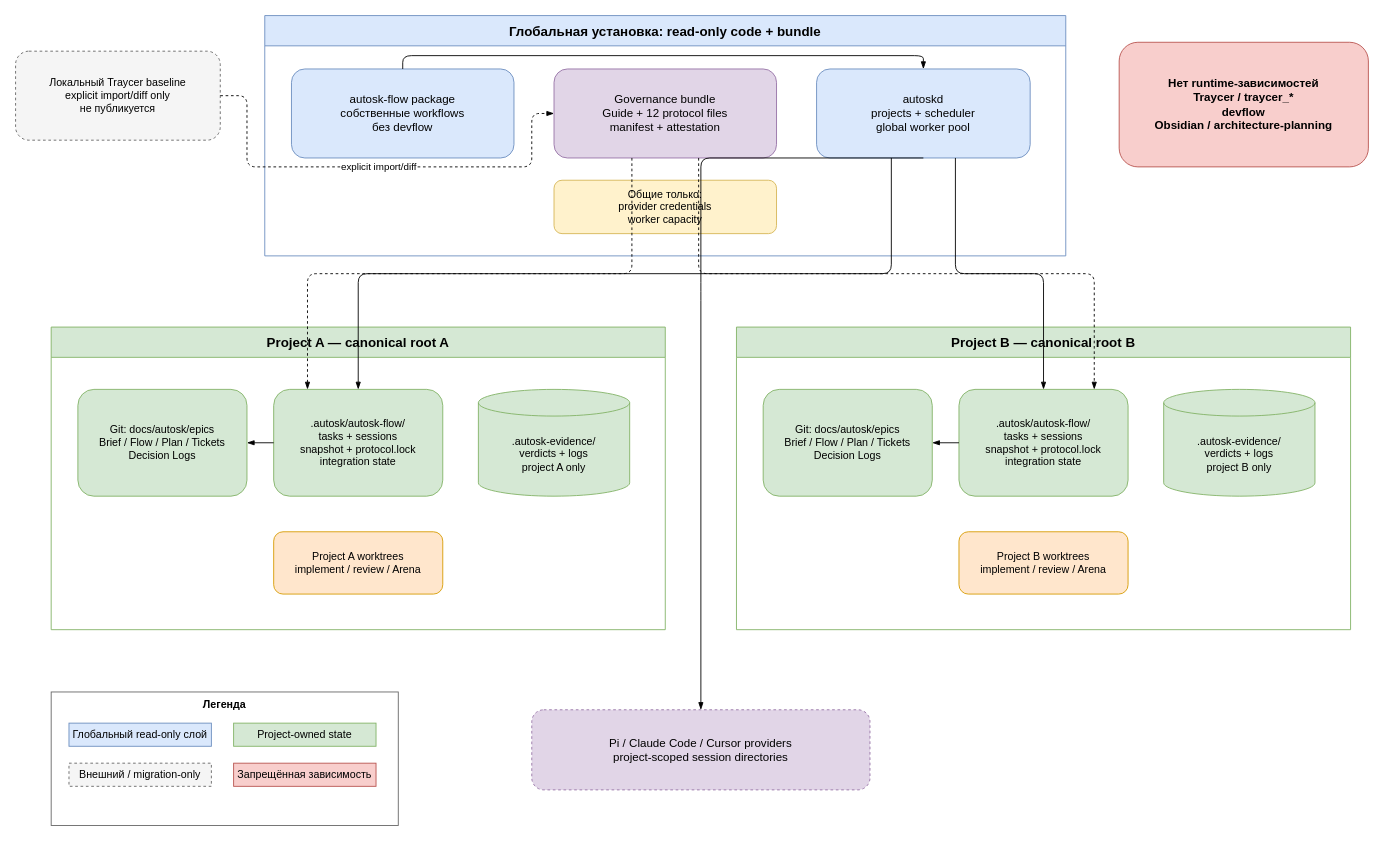
This is page "Multi-project architecture" (2 of 2) of diagrams/autosk-flow.drawio from Valeron2206/autosk-traycer-flow, a draw.io file, before an edit. Source tidied: cells renumbered, new cells numbered last; positions are measured from the earlier drawing's top-left corner, leaving out a move shared by most shapes. Both pictures are drawn from the tidied source at 89%, with x=0, y=0 at pixel (15, 15).
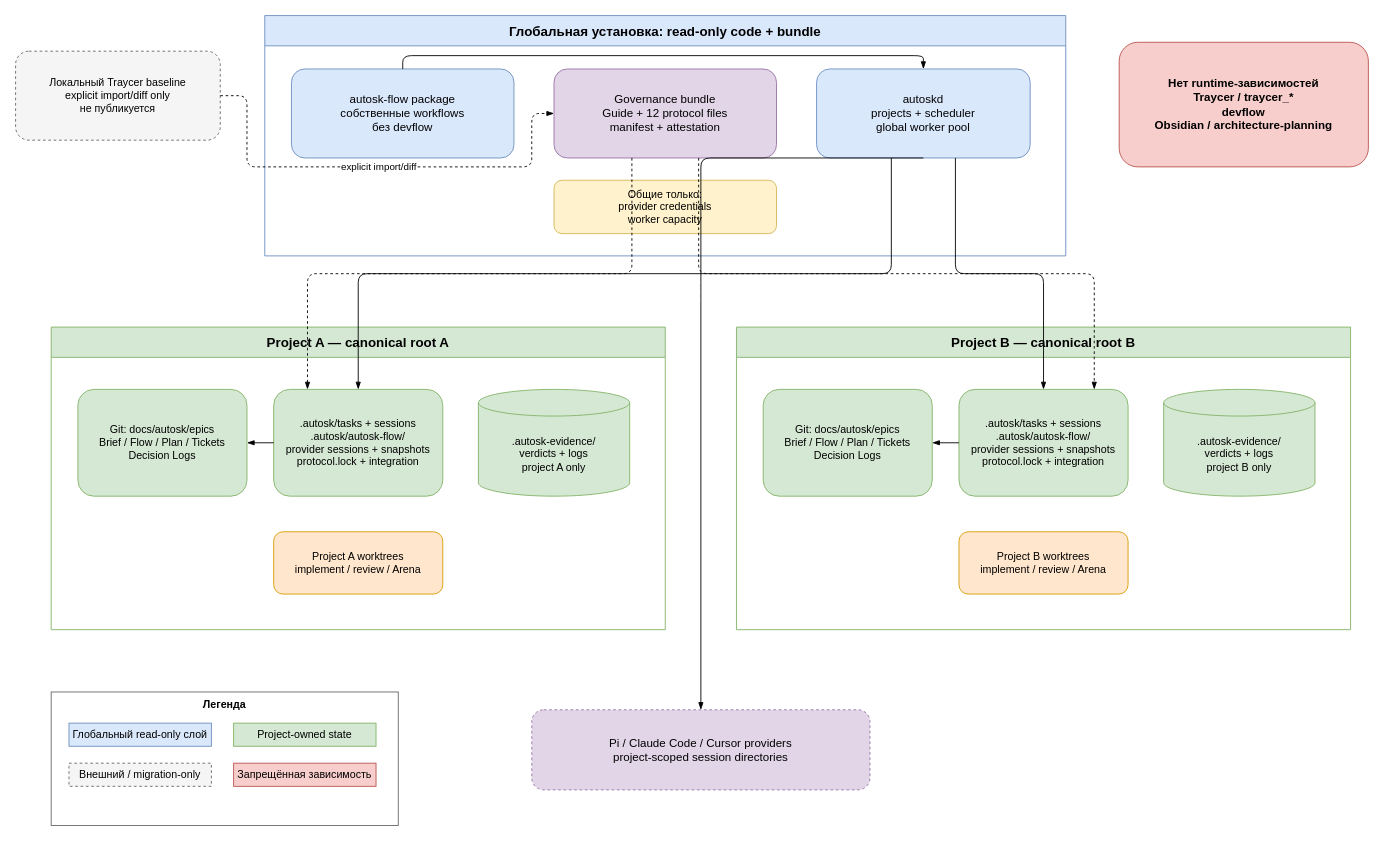
Above is the later version.

Commit message (it also covers changes not shown here):
docs: close autonomous flow review gaps

The change refers to these unchanged cells:
```xml
<mxCell id="9" value="Project A — canonical root A" style="swimlane;startSize=34;html=1;whiteSpace=wrap;fillColor=#d5e8d4;strokeColor=#82b366;fontStyle=1;fontSize=15;" parent="1" vertex="1">
  <mxGeometry x="40" y="350" width="690" height="340" as="geometry" />
</mxCell>
<mxCell id="14" value="Project B — canonical root B" style="swimlane;startSize=34;html=1;whiteSpace=wrap;fillColor=#d5e8d4;strokeColor=#82b366;fontStyle=1;fontSize=15;" parent="1" vertex="1">
  <mxGeometry x="810" y="350" width="690" height="340" as="geometry" />
</mxCell>
```

What changed in the source:
```diff
@@
-    <mxCell id="11" value=".autosk/autosk-flow/&#10;tasks + sessions&#10;snapshot + protocol.lock&#10;integration state" style="rounded=1;whiteSpace=wrap;html=1;fillColor=#d5e8d4;strokeColor=#82b366;fontSize=12;" parent="9" vertex="1">
+    <mxCell id="11" value=".autosk/tasks + sessions&#10;.autosk/autosk-flow/&#10;provider sessions + snapshots&#10;protocol.lock + integration" style="rounded=1;whiteSpace=wrap;html=1;fillColor=#d5e8d4;strokeColor=#82b366;fontSize=12;" parent="9" vertex="1">
       <mxGeometry x="250" y="70" width="190" height="120" as="geometry" />
     </mxCell>
@@
-    <mxCell id="16" value=".autosk/autosk-flow/&#10;tasks + sessions&#10;snapshot + protocol.lock&#10;integration state" style="rounded=1;whiteSpace=wrap;html=1;fillColor=#d5e8d4;strokeColor=#82b366;fontSize=12;" parent="14" vertex="1">
+    <mxCell id="16" value=".autosk/tasks + sessions&#10;.autosk/autosk-flow/&#10;provider sessions + snapshots&#10;protocol.lock + integration" style="rounded=1;whiteSpace=wrap;html=1;fillColor=#d5e8d4;strokeColor=#82b366;fontSize=12;" parent="14" vertex="1">
       <mxGeometry x="250" y="70" width="190" height="120" as="geometry" />
     </mxCell>
```
